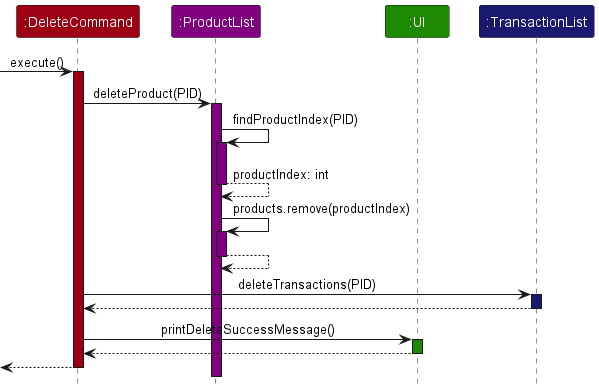
The PlantUML diagram docs/images/DeleteCommandSequence.png in leongxingyu/tp, before a commit.
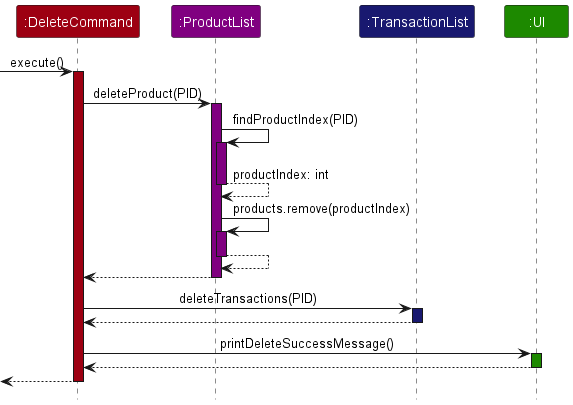
Above is the later version.

Change to the diagram source:
```diff
@@ -4,8 +4,8 @@
 
 Participant ":DeleteCommand" as command COMMANDS_COLOR
 Participant ":ProductList" as productlist PRODUCTLIST_COLOR
+Participant ":TransactionList" as transactionlist TRANSACTIONLIST_COLOR
 Participant ":UI" as ui UI_COLOR
-Participant ":TransactionList" as transactionlist TRANSACTIONLIST_COLOR
 
 -> command : execute()
 activate command COMMANDS_COLOR
@@ -21,6 +21,8 @@
 activate productlist PRODUCTLIST_COLOR
 productlist --> productlist
 deactivate productlist
+productlist --> command
+deactivate
 
 command -> transactionlist : deleteTransactions(PID)
 activate transactionlist TRANSACTIONLIST_COLOR
```
